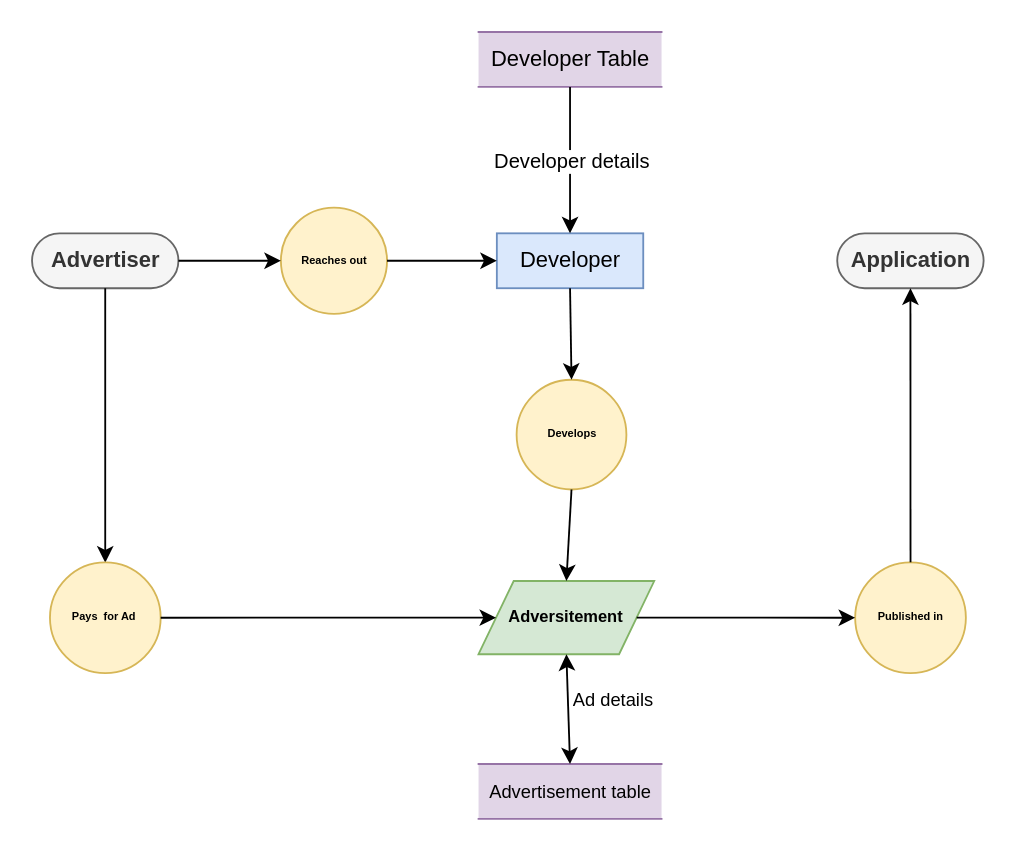
Above: dfd_2.drawio in Charan-Patnaik/dmdd (draw.io), before the change. Source tidied: cells renumbered, new cells numbered last; positions are measured from the earlier drawing's top-left corner, leaving out a move shared by most shapes. Both pictures are drawn from the tidied source at 183%, with x=0, y=0 at pixel (31, 31).
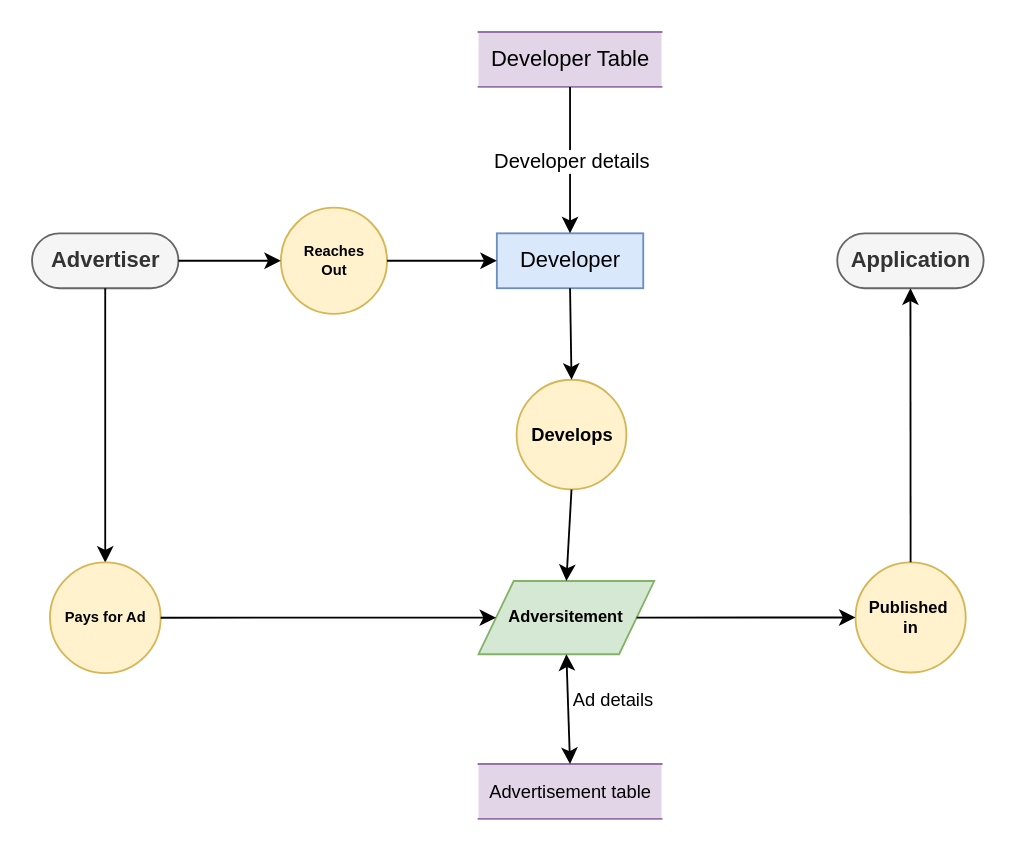
Above is the later version.

The edit, as a diff of the source:
```diff
@@
-    <mxCell id="9" value="Reaches out" style="shape=ellipse;html=1;dashed=0;whitespace=wrap;perimeter=ellipsePerimeter;fontSize=6;fillColor=#fff2cc;strokeColor=#d6b656;fontStyle=1;" parent="1" vertex="1">
+    <mxCell id="9" value="Reaches&lt;br&gt;Out" style="shape=ellipse;html=1;dashed=0;whitespace=wrap;perimeter=ellipsePerimeter;fontSize=8;fillColor=#fff2cc;strokeColor=#d6b656;fontStyle=1;" parent="1" vertex="1">
       <mxGeometry x="136" y="96" width="58" height="58" as="geometry" />
     </mxCell>
@@
-    <mxCell id="12" value="Develops" style="shape=ellipse;html=1;dashed=0;whitespace=wrap;perimeter=ellipsePerimeter;fontSize=6;fontStyle=1;fillColor=#fff2cc;strokeColor=#d6b656;" parent="1" vertex="1">
+    <mxCell id="12" value="Develops" style="shape=ellipse;html=1;dashed=0;whitespace=wrap;perimeter=ellipsePerimeter;fontSize=10;fontStyle=1;fillColor=#fff2cc;strokeColor=#d6b656;" parent="1" vertex="1">
       <mxGeometry x="264.8" y="190" width="60" height="60" as="geometry" />
     </mxCell>
@@
-    <mxCell id="15" value="Published in" style="shape=ellipse;html=1;dashed=0;whitespace=wrap;perimeter=ellipsePerimeter;fontSize=6;fontStyle=1;fillColor=#fff2cc;strokeColor=#d6b656;" parent="1" vertex="1">
-      <mxGeometry x="449.8" y="289.8" width="60.5" height="60.5" as="geometry" />
+    <mxCell id="15" value="Published&amp;nbsp;&lt;br style=&quot;font-size: 9px;&quot;&gt;in" style="shape=ellipse;html=1;dashed=0;whitespace=wrap;perimeter=ellipsePerimeter;fontSize=9;fontStyle=1;fillColor=#fff2cc;strokeColor=#d6b656;" parent="1" vertex="1">
+      <mxGeometry x="450" y="289.8" width="60.2" height="60.2" as="geometry" />
     </mxCell>
@@
-    <mxCell id="22" value="Pays&amp;nbsp; for Ad&amp;nbsp;" style="shape=ellipse;html=1;dashed=0;whitespace=wrap;perimeter=ellipsePerimeter;fontSize=6;fontStyle=1;fillColor=#fff2cc;strokeColor=#d6b656;" parent="1" vertex="1">
+    <mxCell id="22" value="Pays for Ad" style="shape=ellipse;html=1;dashed=0;whitespace=wrap;perimeter=ellipsePerimeter;fontSize=8;fontStyle=1;fillColor=#fff2cc;strokeColor=#d6b656;" parent="1" vertex="1">
       <mxGeometry x="9.8" y="289.8" width="60.5" height="60.5" as="geometry" />
     </mxCell>
```
